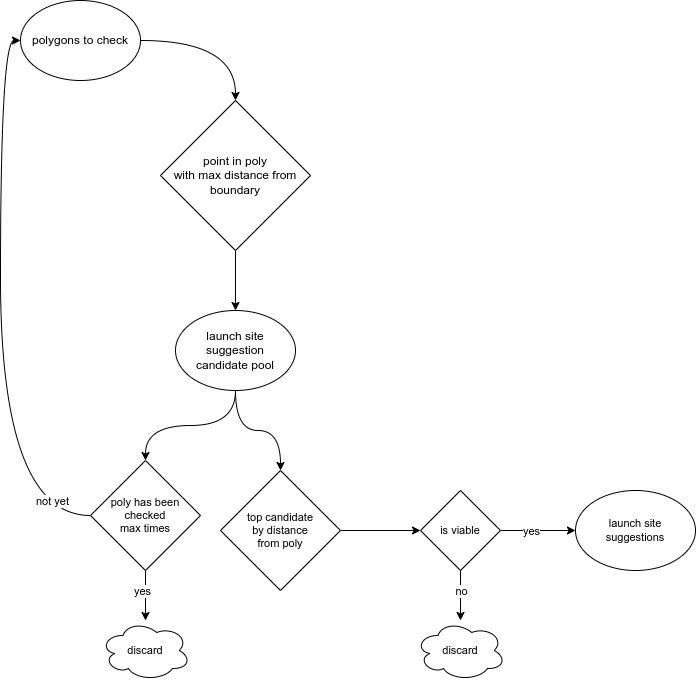
This is images/find_launch_site_suggestion_algorithm.png from jparta/find_launch_site, a draw.io export, as it was before one commit. Source tidied: cells renumbered, new cells last; positions are measured from the earlier drawing's top-left corner, leaving out a move shared by most shapes.
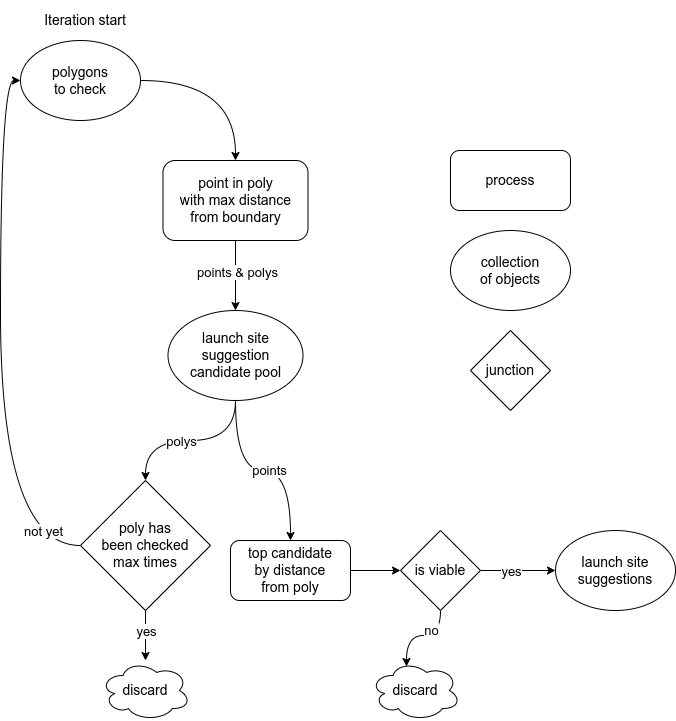
Later version of the same file.

Change to the diagram source:
```diff
@@ -5,72 +5,97 @@
     <mxCell id="2" style="edgeStyle=orthogonalEdgeStyle;shape=connector;curved=1;rounded=0;jettySize=auto;html=1;exitX=0.5;exitY=1;exitDx=0;exitDy=0;entryX=0.5;entryY=0;entryDx=0;entryDy=0;labelBackgroundColor=default;strokeColor=default;fontFamily=Helvetica;fontSize=11;fontColor=default;endArrow=classic;" parent="1" edge="1" source="4" target="16">
       <mxGeometry relative="1" as="geometry" />
     </mxCell>
+    <mxCell id="24" value="&lt;font style=&quot;font-size: 13px;&quot;&gt;polys&lt;/font&gt;" style="edgeLabel;html=1;align=center;verticalAlign=middle;" parent="2" vertex="1">
+      <mxGeometry x="0.27" y="1" relative="1" as="geometry">
+        <mxPoint x="13" y="-1" as="offset" />
+      </mxGeometry>
+    </mxCell>
     <mxCell id="3" style="edgeStyle=orthogonalEdgeStyle;shape=connector;curved=1;rounded=0;jettySize=auto;html=1;exitX=0.5;exitY=1;exitDx=0;exitDy=0;entryX=0.5;entryY=0;entryDx=0;entryDy=0;labelBackgroundColor=default;strokeColor=default;fontFamily=Helvetica;fontSize=11;fontColor=default;endArrow=classic;" parent="1" edge="1" source="4" target="10">
       <mxGeometry relative="1" as="geometry" />
     </mxCell>
+    <mxCell id="25" value="&lt;font style=&quot;font-size: 13px;&quot;&gt;points&lt;/font&gt;" style="edgeLabel;html=1;align=center;verticalAlign=middle;" parent="3" vertex="1">
+      <mxGeometry x="0.06" y="1" relative="1" as="geometry" />
+    </mxCell>
-    <mxCell id="4" value="launch site suggestion&lt;br&gt;candidate pool" style="ellipse;whiteSpace=wrap;html=1;" parent="1" vertex="1">
-      <mxGeometry x="155" y="310" width="120" height="80" as="geometry" />
+    <mxCell id="4" value="&lt;font style=&quot;font-size: 14px;&quot;&gt;launch site suggestion&lt;br&gt;candidate pool&lt;/font&gt;" style="ellipse;whiteSpace=wrap;html=1;" parent="1" vertex="1">
+      <mxGeometry x="147.5" y="270" width="135" height="90" as="geometry" />
     </mxCell>
     <mxCell id="5" style="edgeStyle=orthogonalEdgeStyle;rounded=0;jettySize=auto;html=1;exitX=0.5;exitY=1;exitDx=0;exitDy=0;curved=1;" parent="1" edge="1" source="6" target="4">
       <mxGeometry relative="1" as="geometry" />
     </mxCell>
-    <mxCell id="6" value="point in poly&lt;br&gt;with max distance from boundary" style="rhombus;whiteSpace=wrap;html=1;" parent="1" vertex="1">
-      <mxGeometry x="140" y="100" width="150" height="150" as="geometry" />
-    </mxCell>
+    <mxCell id="26" value="&lt;font style=&quot;font-size: 13px;&quot;&gt;points &amp;amp; polys&lt;/font&gt;" style="edgeLabel;html=1;align=center;verticalAlign=middle;" parent="5" vertex="1">
+      <mxGeometry x="-0.12" y="1" relative="1" as="geometry" />
+    </mxCell>
     <mxCell id="7" style="edgeStyle=orthogonalEdgeStyle;rounded=0;jettySize=auto;html=1;exitX=1;exitY=0.5;exitDx=0;exitDy=0;entryX=0.5;entryY=0;entryDx=0;entryDy=0;curved=1;" parent="1" edge="1" source="8" target="6">
       <mxGeometry relative="1" as="geometry" />
     </mxCell>
-    <mxCell id="8" value="polygons to check" style="ellipse;whiteSpace=wrap;html=1;" parent="1" vertex="1">
+    <mxCell id="8" value="&lt;font style=&quot;font-size: 14px;&quot;&gt;polygons&lt;br&gt;to check&lt;/font&gt;" style="ellipse;whiteSpace=wrap;html=1;" parent="1" vertex="1">
       <mxGeometry width="120" height="80" as="geometry" />
     </mxCell>
     <mxCell id="9" style="edgeStyle=orthogonalEdgeStyle;shape=connector;curved=1;rounded=0;jettySize=auto;html=1;exitX=1;exitY=0.5;exitDx=0;exitDy=0;entryX=0;entryY=0.5;entryDx=0;entryDy=0;labelBackgroundColor=default;strokeColor=default;fontFamily=Helvetica;fontSize=11;fontColor=default;endArrow=classic;" parent="1" edge="1" source="10" target="21">
       <mxGeometry relative="1" as="geometry" />
     </mxCell>
-    <mxCell id="10" value="top candidate&lt;br&gt;by distance&lt;br&gt;from poly" style="rhombus;whiteSpace=wrap;html=1;fontFamily=Helvetica;fontSize=11;fontColor=default;" parent="1" vertex="1">
-      <mxGeometry x="200" y="470" width="120" height="120" as="geometry" />
-    </mxCell>
-    <mxCell id="11" value="launch site&lt;br&gt;suggestions" style="ellipse;whiteSpace=wrap;html=1;fontFamily=Helvetica;fontSize=11;fontColor=default;" parent="1" vertex="1">
-      <mxGeometry x="555" y="490" width="120" height="80" as="geometry" />
+    <mxCell id="11" value="&lt;font style=&quot;font-size: 14px;&quot;&gt;launch site&lt;br&gt;suggestions&lt;/font&gt;" style="ellipse;whiteSpace=wrap;html=1;fontFamily=Helvetica;fontSize=11;fontColor=default;" parent="1" vertex="1">
+      <mxGeometry x="535" y="490" width="120" height="80" as="geometry" />
     </mxCell>
     <mxCell id="12" style="edgeStyle=orthogonalEdgeStyle;shape=connector;curved=1;rounded=0;jettySize=auto;html=1;exitX=0.5;exitY=1;exitDx=0;exitDy=0;labelBackgroundColor=default;strokeColor=default;fontFamily=Helvetica;fontSize=11;fontColor=default;endArrow=classic;" parent="1" edge="1" source="16" target="23">
       <mxGeometry relative="1" as="geometry" />
     </mxCell>
-    <mxCell id="13" value="yes" style="edgeLabel;html=1;align=center;verticalAlign=middle;fontSize=11;fontFamily=Helvetica;fontColor=default;" parent="12" vertex="1">
-      <mxGeometry x="-0.2" y="-4" relative="1" as="geometry" />
+    <mxCell id="13" value="&lt;font style=&quot;font-size: 13px;&quot;&gt;yes&lt;/font&gt;" style="edgeLabel;html=1;align=center;verticalAlign=middle;fontSize=11;fontFamily=Helvetica;fontColor=default;" parent="12" vertex="1">
+      <mxGeometry x="-0.2" y="-4" relative="1" as="geometry">
+        <mxPoint x="4" as="offset" />
+      </mxGeometry>
     </mxCell>
     <mxCell id="14" style="edgeStyle=orthogonalEdgeStyle;shape=connector;curved=1;rounded=0;jettySize=auto;html=1;exitX=0;exitY=0.5;exitDx=0;exitDy=0;entryX=0;entryY=0.5;entryDx=0;entryDy=0;labelBackgroundColor=default;strokeColor=default;fontFamily=Helvetica;fontSize=11;fontColor=default;endArrow=classic;" parent="1" edge="1" source="16" target="8">
       <mxGeometry relative="1" as="geometry" />
     </mxCell>
-    <mxCell id="15" value="not yet" style="edgeLabel;html=1;align=center;verticalAlign=middle;fontSize=11;fontFamily=Helvetica;fontColor=default;" parent="14" vertex="1">
+    <mxCell id="15" value="&lt;font style=&quot;font-size: 13px;&quot;&gt;not yet&lt;/font&gt;" style="edgeLabel;html=1;align=center;verticalAlign=middle;fontSize=11;fontFamily=Helvetica;fontColor=default;" parent="14" vertex="1">
       <mxGeometry x="-0.87" y="-15" relative="1" as="geometry" />
     </mxCell>
-    <mxCell id="16" value="poly has been checked&lt;br&gt;max times" style="rhombus;whiteSpace=wrap;html=1;fontSize=11;" parent="1" vertex="1">
-      <mxGeometry x="70" y="460" width="110" height="110" as="geometry" />
+    <mxCell id="16" value="&lt;font style=&quot;font-size: 14px;&quot;&gt;poly has&lt;br&gt;been checked&lt;br&gt;max times&lt;/font&gt;" style="rhombus;whiteSpace=wrap;html=1;fontSize=11;" parent="1" vertex="1">
+      <mxGeometry x="60" y="440" width="130" height="130" as="geometry" />
     </mxCell>
     <mxCell id="17" style="edgeStyle=orthogonalEdgeStyle;shape=connector;curved=1;rounded=0;jettySize=auto;html=1;exitX=1;exitY=0.5;exitDx=0;exitDy=0;entryX=0;entryY=0.5;entryDx=0;entryDy=0;labelBackgroundColor=default;strokeColor=default;fontFamily=Helvetica;fontSize=11;fontColor=default;endArrow=classic;" parent="1" edge="1" source="21" target="11">
       <mxGeometry relative="1" as="geometry" />
     </mxCell>
-    <mxCell id="18" value="yes" style="edgeLabel;html=1;align=center;verticalAlign=middle;fontSize=11;fontFamily=Helvetica;fontColor=default;" parent="17" vertex="1">
+    <mxCell id="18" value="&lt;font style=&quot;font-size: 13px;&quot;&gt;yes&lt;/font&gt;" style="edgeLabel;html=1;align=center;verticalAlign=middle;fontSize=11;fontFamily=Helvetica;fontColor=default;" parent="17" vertex="1">
       <mxGeometry x="0.12" relative="1" as="geometry">
         <mxPoint x="-12" as="offset" />
       </mxGeometry>
     </mxCell>
-    <mxCell id="19" style="edgeStyle=orthogonalEdgeStyle;shape=connector;curved=1;rounded=0;jettySize=auto;html=1;exitX=0.5;exitY=1;exitDx=0;exitDy=0;labelBackgroundColor=default;strokeColor=default;fontFamily=Helvetica;fontSize=11;fontColor=default;endArrow=classic;" parent="1" edge="1" source="21" target="22">
+    <mxCell id="19" style="edgeStyle=orthogonalEdgeStyle;shape=connector;curved=1;rounded=0;jettySize=auto;html=1;exitX=0.5;exitY=1;exitDx=0;exitDy=0;labelBackgroundColor=default;strokeColor=default;fontFamily=Helvetica;fontSize=11;fontColor=default;endArrow=classic;entryX=0.4;entryY=0.1;entryDx=0;entryDy=0;entryPerimeter=0;" parent="1" edge="1" source="21" target="22">
       <mxGeometry relative="1" as="geometry" />
     </mxCell>
-    <mxCell id="20" value="no" style="edgeLabel;html=1;align=center;verticalAlign=middle;fontSize=11;fontFamily=Helvetica;fontColor=default;" parent="19" vertex="1">
+    <mxCell id="20" value="&lt;font style=&quot;font-size: 13px;&quot;&gt;no&lt;/font&gt;" style="edgeLabel;html=1;align=center;verticalAlign=middle;fontSize=11;fontFamily=Helvetica;fontColor=default;" parent="19" vertex="1">
       <mxGeometry x="0.08" y="1" relative="1" as="geometry">
-        <mxPoint x="-1" y="-7" as="offset" />
+        <mxPoint x="14" y="-7" as="offset" />
       </mxGeometry>
     </mxCell>
-    <mxCell id="21" value="is viable" style="rhombus;whiteSpace=wrap;html=1;fontFamily=Helvetica;fontSize=11;fontColor=default;" parent="1" vertex="1">
-      <mxGeometry x="400" y="490" width="80" height="80" as="geometry" />
+    <mxCell id="21" value="&lt;font style=&quot;font-size: 14px;&quot;&gt;is viable&lt;/font&gt;" style="rhombus;whiteSpace=wrap;html=1;fontFamily=Helvetica;fontSize=11;fontColor=default;" parent="1" vertex="1">
+      <mxGeometry x="380" y="490" width="80" height="80" as="geometry" />
     </mxCell>
-    <mxCell id="22" value="discard" style="ellipse;shape=cloud;whiteSpace=wrap;html=1;fontSize=11;" parent="1" vertex="1">
-      <mxGeometry x="395" y="620" width="90" height="60" as="geometry" />
+    <mxCell id="22" value="&lt;font style=&quot;font-size: 14px;&quot;&gt;discard&lt;/font&gt;" style="ellipse;shape=cloud;whiteSpace=wrap;html=1;fontSize=11;" parent="1" vertex="1">
+      <mxGeometry x="350" y="620" width="90" height="60" as="geometry" />
     </mxCell>
-    <mxCell id="23" value="discard" style="ellipse;shape=cloud;whiteSpace=wrap;html=1;fontSize=11;" parent="1" vertex="1">
+    <mxCell id="23" value="&lt;font style=&quot;font-size: 14px;&quot;&gt;discard&lt;/font&gt;" style="ellipse;shape=cloud;whiteSpace=wrap;html=1;fontSize=11;" parent="1" vertex="1">
       <mxGeometry x="80" y="620" width="90" height="60" as="geometry" />
     </mxCell>
+    <mxCell id="6" value="&lt;font style=&quot;font-size: 14px;&quot;&gt;point in poly&lt;br style=&quot;border-color: var(--border-color);&quot;&gt;with max distance&lt;br style=&quot;border-color: var(--border-color);&quot;&gt;from boundary&lt;/font&gt;" style="rounded=1;whiteSpace=wrap;html=1;" parent="1" vertex="1">
+      <mxGeometry x="142.5" y="120" width="145" height="80" as="geometry" />
+    </mxCell>
+    <mxCell id="27" value="&lt;font style=&quot;font-size: 14px;&quot;&gt;process&lt;/font&gt;" style="rounded=1;whiteSpace=wrap;html=1;" parent="1" vertex="1">
+      <mxGeometry x="430" y="110" width="120" height="60" as="geometry" />
+    </mxCell>
+    <mxCell id="28" value="&lt;font style=&quot;font-size: 14px;&quot;&gt;collection&lt;br&gt;of objects&lt;/font&gt;" style="ellipse;whiteSpace=wrap;html=1;" parent="1" vertex="1">
+      <mxGeometry x="430" y="190" width="120" height="80" as="geometry" />
+    </mxCell>
+    <mxCell id="29" value="&lt;font style=&quot;font-size: 14px;&quot;&gt;junction&lt;/font&gt;" style="rhombus;whiteSpace=wrap;html=1;" parent="1" vertex="1">
+      <mxGeometry x="450" y="290" width="80" height="80" as="geometry" />
+    </mxCell>
+    <mxCell id="10" value="&lt;font style=&quot;font-size: 14px;&quot;&gt;top candidate&lt;br style=&quot;border-color: var(--border-color);&quot;&gt;by distance&lt;br style=&quot;border-color: var(--border-color);&quot;&gt;from poly&lt;/font&gt;" style="rounded=1;whiteSpace=wrap;html=1;" parent="1" vertex="1">
+      <mxGeometry x="210" y="500" width="120" height="60" as="geometry" />
+    </mxCell>
+    <mxCell id="30" value="&lt;font style=&quot;font-size: 14px;&quot;&gt;Iteration start&lt;/font&gt;" style="text;html=1;strokeColor=none;fillColor=none;align=center;verticalAlign=middle;whiteSpace=wrap;rounded=0;" parent="1" vertex="1">
+      <mxGeometry x="10" y="-40" width="110" height="40" as="geometry" />
+    </mxCell>
   </root>
 </mxGraphModel>
```
